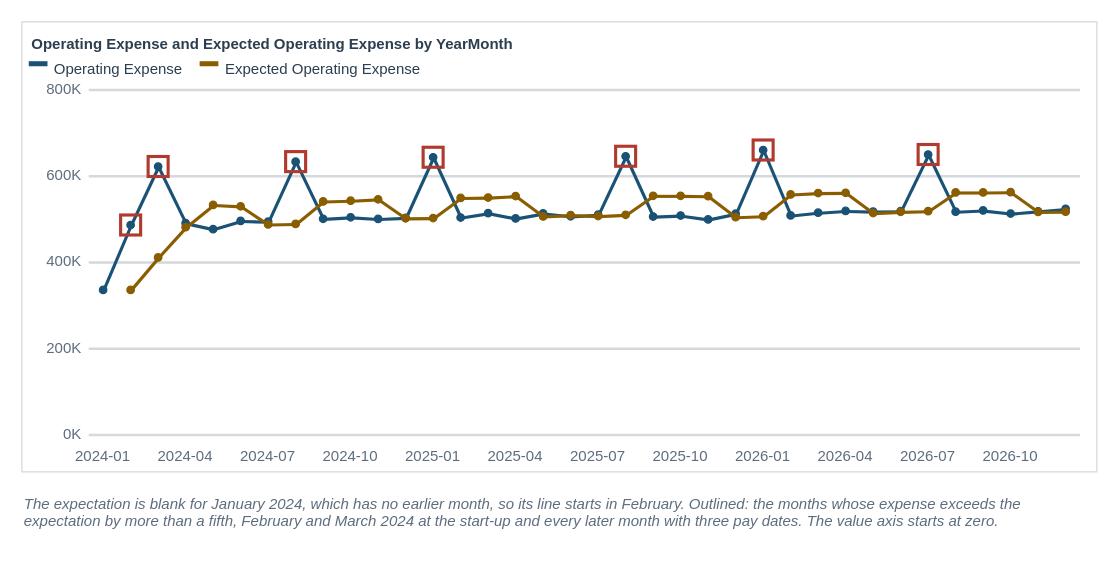
Earlier version of the draw.io diagram visuals/src/fig-14-11-expense-expectation.drawio (mmcodesso/Accounting_Analytics_Book). Source tidied: cells renumbered, new cells numbered last; positions are measured from the earlier drawing's top-left corner, leaving out a move shared by most shapes. Both pictures are drawn from the tidied source at 125%, with x=0, y=0 at pixel (21, 21).
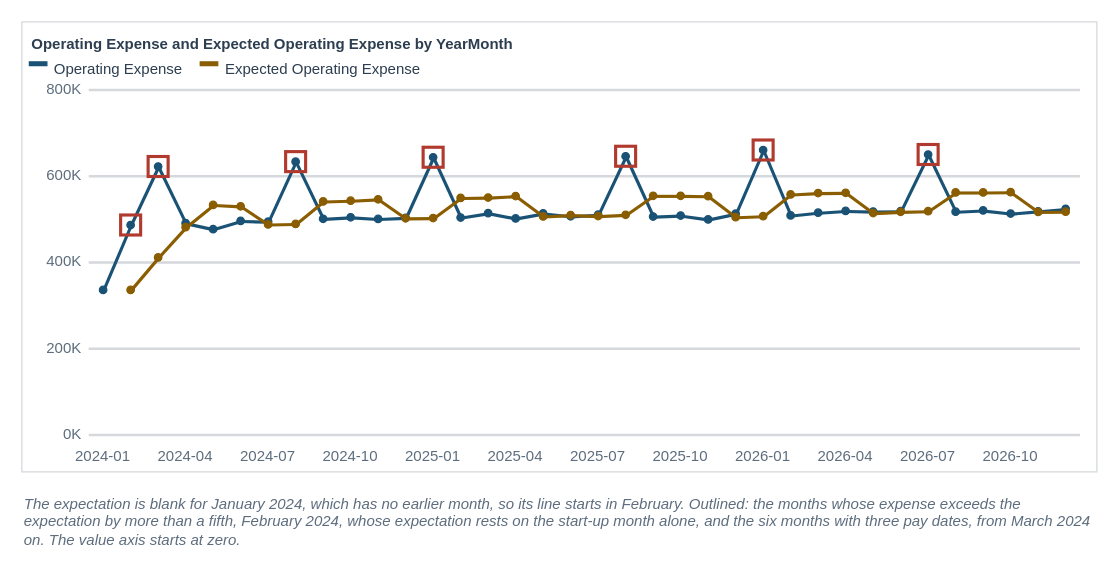
After the change.

The edit, as a diff of the source:
```diff
@@
-    <mxCell id="242" value="&lt;i&gt;The expectation is blank for January 2024, which has no earlier month, so its line starts in February. Outlined: the months whose expense exceeds the expectation by more than a fifth, February and March 2024 at the start-up and every later month with three pay dates. The value axis starts at zero.&lt;/i&gt;" style="text;html=1;whiteSpace=wrap;align=left;verticalAlign=top;fontSize=12;fontColor=#5D6D7E;fontStyle=0;fontFamily=Helvetica;spacing=2;fillColor=none;strokeColor=none;" parent="1" vertex="1">
+    <mxCell id="242" value="&lt;i&gt;The expectation is blank for January 2024, which has no earlier month, so its line starts in February. Outlined: the months whose expense exceeds the expectation by more than a fifth, February 2024, whose expectation rests on the start-up month alone, and the six months with three pay dates, from March 2024 on. The value axis starts at zero.&lt;/i&gt;" style="text;html=1;whiteSpace=wrap;align=left;verticalAlign=top;fontSize=12;fontColor=#5D6D7E;fontStyle=0;fontFamily=Helvetica;spacing=2;fillColor=none;strokeColor=none;" parent="1" vertex="1">
       <mxGeometry y="372" width="860" height="56" as="geometry" />
     </mxCell>
```
